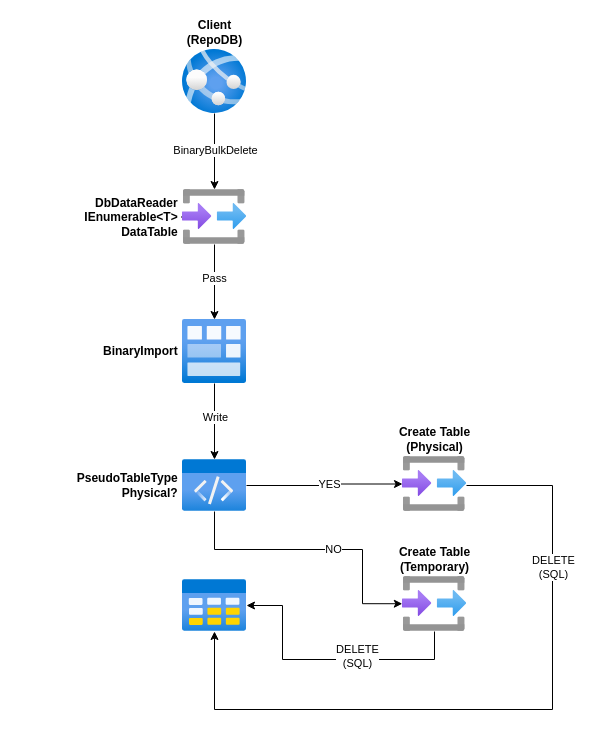
Earlier version of the draw.io diagram Files/DrawIO/binarybulkdeletebykey.drawio (mikependon/RepoDb.Raw). Source tidied: cells renumbered, new cells numbered last; positions are measured from the earlier drawing's top-left corner, leaving out a move shared by most shapes. Both pictures are drawn from the tidied source at 100%, with x=0, y=0 at pixel (102, 49).
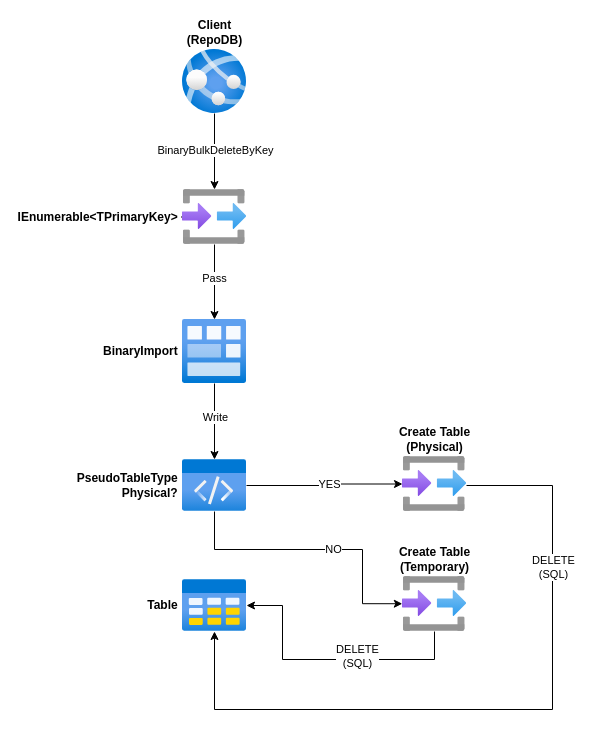
The same page after the edit.

The change refers to these unchanged cells:
```xml
<mxCell id="2" style="edgeStyle=orthogonalEdgeStyle;rounded=0;jettySize=auto;html=1;" parent="1" edge="1" source="4" target="8">
  <mxGeometry relative="1" as="geometry" />
</mxCell>
```

What changed in the source:
```diff
@@
-    <mxCell id="3" value="BinaryBulkDelete" style="edgeLabel;html=1;align=center;verticalAlign=middle;" parent="2" vertex="1">
+    <mxCell id="3" value="BinaryBulkDeleteByKey" style="edgeLabel;html=1;align=center;verticalAlign=middle;" parent="2" vertex="1">
       <mxGeometry x="-0.26" relative="1" as="geometry">
         <mxPoint y="8" as="offset" />
       </mxGeometry>
     </mxCell>
@@
-    <mxCell id="8" value="DbDataReader&amp;nbsp;&lt;br&gt;IEnumerable&amp;lt;T&amp;gt;&amp;nbsp;&lt;br&gt;DataTable&amp;nbsp;" style="html=1;points=[];align=right;image;fontSize=12;image=img/lib/azure2/general/Input_Output.svg;labelPosition=left;verticalLabelPosition=middle;verticalAlign=middle;fontStyle=1;" parent="1" vertex="1">
+    <mxCell id="8" value="IEnumerable&amp;lt;TPrimaryKey&amp;gt;&amp;nbsp;" style="html=1;points=[];align=right;image;fontSize=12;image=img/lib/azure2/general/Input_Output.svg;labelPosition=left;verticalLabelPosition=middle;verticalAlign=middle;fontStyle=1;" parent="1" vertex="1">
       <mxGeometry x="80" y="140" width="64" height="55" as="geometry" />
     </mxCell>
@@
-    <mxCell id="17" style="html=1;points=[];align=center;image;fontSize=12;image=img/lib/azure2/general/Table.svg;" parent="1" vertex="1">
+    <mxCell id="17" value="Table&amp;nbsp;" style="html=1;points=[];align=right;image;fontSize=12;image=img/lib/azure2/general/Table.svg;fontStyle=1;labelPosition=left;verticalLabelPosition=middle;verticalAlign=middle;" parent="1" vertex="1">
       <mxGeometry x="80" y="530" width="64" height="52" as="geometry" />
     </mxCell>
```
